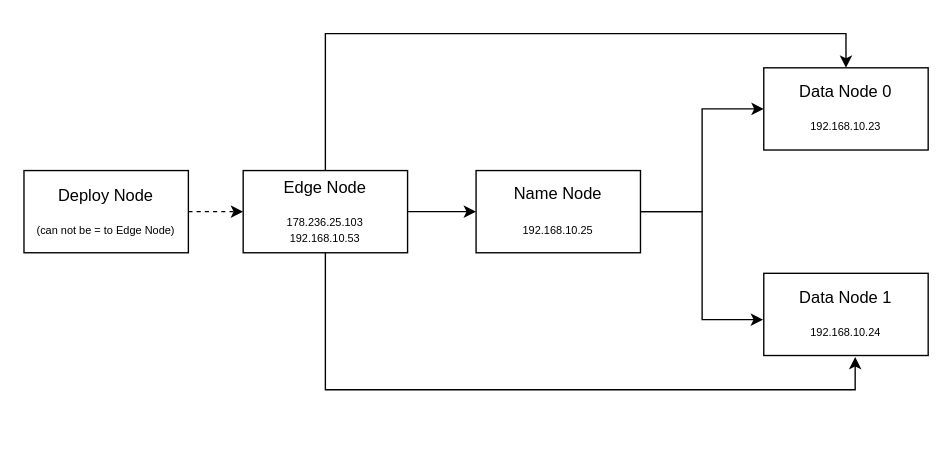
Before: ansible-hadoop/src/big-data-task-1.drawio in 5krotov/BigDataCourse, a draw.io diagram. Source tidied: cells renumbered, new cells numbered last; positions are measured from the earlier drawing's top-left corner, leaving out a move shared by most shapes. Both pictures are drawn from the tidied source at 137%, with x=0, y=0 at pixel (23, 33).
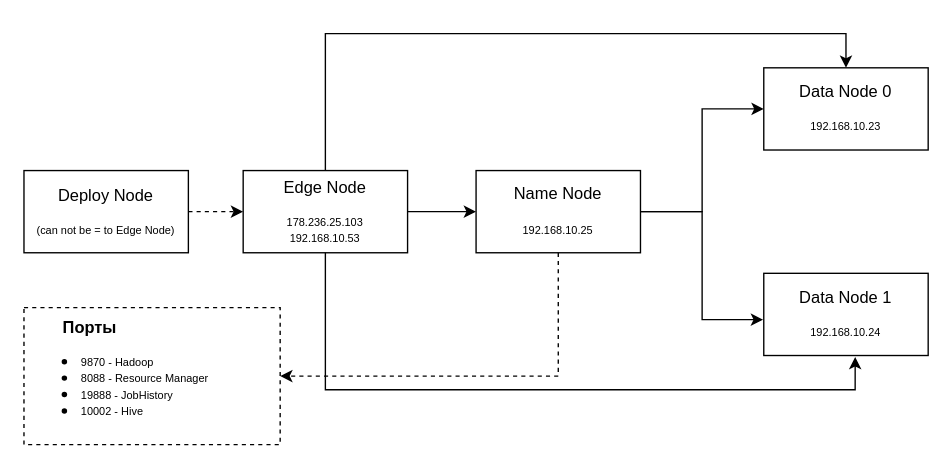
Above is the later version.

Diff of the diagram source:
```diff
@@
 <mxGraphModel>
   <root>
     <mxCell id="0" />
     <mxCell id="1" parent="0" />
     <mxCell id="2" style="edgeStyle=orthogonalEdgeStyle;rounded=0;jettySize=auto;html=1;entryX=0;entryY=0.5;entryDx=0;entryDy=0;" parent="1" edge="1" source="4" target="6">
       <mxGeometry relative="1" as="geometry" />
     </mxCell>
     <mxCell id="3" style="edgeStyle=orthogonalEdgeStyle;rounded=0;jettySize=auto;html=1;entryX=0.5;entryY=0;entryDx=0;entryDy=0;" parent="1" edge="1" source="4" target="7">
       <mxGeometry relative="1" as="geometry">
         <Array as="points">
           <mxPoint x="220" />
           <mxPoint x="600" />
         </Array>
       </mxGeometry>
     </mxCell>
     <mxCell id="4" value="&lt;div style=&quot;line-height: 100%;&quot;&gt;Edge Node&lt;/div&gt;&lt;div style=&quot;line-height: 100%;&quot;&gt;&lt;br&gt;&lt;div&gt;&lt;font style=&quot;font-size: 8px; line-height: 100%;&quot;&gt;178.236.25.103&lt;/font&gt;&lt;/div&gt;&lt;div&gt;&lt;font&gt;&lt;span style=&quot;font-size: 8px; line-height: 100%;&quot;&gt;192.168.10.53&lt;/span&gt;&lt;/font&gt;&lt;/div&gt;&lt;/div&gt;" style="whiteSpace=wrap;html=1;" parent="1" vertex="1">
       <mxGeometry x="160" y="100" width="120" height="60" as="geometry" />
     </mxCell>
     <mxCell id="5" style="edgeStyle=orthogonalEdgeStyle;rounded=0;jettySize=auto;html=1;entryX=0;entryY=0.5;entryDx=0;entryDy=0;" parent="1" edge="1" source="6" target="7">
       <mxGeometry relative="1" as="geometry" />
     </mxCell>
     <mxCell id="6" value="&lt;div style=&quot;line-height: 100%;&quot;&gt;Name Node&lt;/div&gt;&lt;div style=&quot;line-height: 100%;&quot;&gt;&lt;span style=&quot;font-size: 8px; background-color: transparent; color: light-dark(rgb(0, 0, 0), rgb(255, 255, 255));&quot;&gt;&lt;br&gt;&lt;/span&gt;&lt;/div&gt;&lt;div style=&quot;line-height: 100%;&quot;&gt;&lt;span style=&quot;font-size: 8px; background-color: transparent; color: light-dark(rgb(0, 0, 0), rgb(255, 255, 255));&quot;&gt;192.168.10.25&lt;/span&gt;&lt;/div&gt;" style="whiteSpace=wrap;html=1;" parent="1" vertex="1">
       <mxGeometry x="330" y="100" width="120" height="60" as="geometry" />
     </mxCell>
     <mxCell id="7" value="&lt;div style=&quot;line-height: 100%;&quot;&gt;Data Node 0&lt;/div&gt;&lt;div style=&quot;line-height: 100%;&quot;&gt;&lt;br&gt;&lt;/div&gt;&lt;div style=&quot;line-height: 100%;&quot;&gt;&lt;font style=&quot;font-size: 8px;&quot;&gt;192.168.10.23&lt;/font&gt;&lt;/div&gt;" style="whiteSpace=wrap;html=1;" parent="1" vertex="1">
       <mxGeometry x="540" y="25" width="120" height="60" as="geometry" />
     </mxCell>
     <mxCell id="8" value="&lt;div style=&quot;line-height: 100%;&quot;&gt;Data Node 1&lt;/div&gt;&lt;div style=&quot;line-height: 100%;&quot;&gt;&lt;br&gt;&lt;/div&gt;&lt;div style=&quot;line-height: 100%;&quot;&gt;&lt;font style=&quot;font-size: 8px;&quot;&gt;192.168.10.24&lt;/font&gt;&lt;/div&gt;" style="whiteSpace=wrap;html=1;" parent="1" vertex="1">
       <mxGeometry x="540" y="175" width="120" height="60" as="geometry" />
     </mxCell>
     <mxCell id="9" style="edgeStyle=orthogonalEdgeStyle;rounded=0;jettySize=auto;html=1;entryX=-0.004;entryY=0.564;entryDx=0;entryDy=0;entryPerimeter=0;" parent="1" edge="1" source="6" target="8">
       <mxGeometry relative="1" as="geometry" />
     </mxCell>
     <mxCell id="10" style="edgeStyle=orthogonalEdgeStyle;rounded=0;jettySize=auto;html=1;entryX=0.556;entryY=1.017;entryDx=0;entryDy=0;entryPerimeter=0;exitX=0.5;exitY=1;exitDx=0;exitDy=0;" parent="1" edge="1" source="4" target="8">
       <mxGeometry relative="1" as="geometry">
         <Array as="points">
           <mxPoint x="220" y="260" />
           <mxPoint x="607" y="260" />
         </Array>
       </mxGeometry>
     </mxCell>
     <mxCell id="11" style="edgeStyle=orthogonalEdgeStyle;rounded=0;jettySize=auto;html=1;entryX=0;entryY=0.5;entryDx=0;entryDy=0;dashed=1;" parent="1" edge="1" source="12" target="4">
       <mxGeometry relative="1" as="geometry" />
     </mxCell>
     <mxCell id="12" value="&lt;div style=&quot;line-height: 100%;&quot;&gt;Deploy Node&lt;div&gt;&lt;br&gt;&lt;div&gt;&lt;font style=&quot;font-size: 8px; line-height: 100%;&quot;&gt;(can not be = to Edge Node)&lt;/font&gt;&lt;/div&gt;&lt;/div&gt;&lt;/div&gt;" style="whiteSpace=wrap;html=1;" parent="1" vertex="1">
       <mxGeometry y="100" width="120" height="60" as="geometry" />
     </mxCell>
+    <mxCell id="13" value="&lt;div style=&quot;line-height: 100%;&quot;&gt;&lt;div&gt;&lt;b&gt;&lt;span style=&quot;white-space: pre;&quot;&gt;&#9;&lt;/span&gt;Порты&lt;/b&gt;&lt;br&gt;&lt;/div&gt;&lt;ul&gt;&lt;li&gt;&lt;font style=&quot;font-size: 8px; line-height: 100%;&quot;&gt;9870 - Hadoop&lt;/font&gt;&lt;/li&gt;&lt;li&gt;&lt;font style=&quot;font-size: 8px; line-height: 100%;&quot;&gt;8088 - Resource Manager&lt;/font&gt;&lt;/li&gt;&lt;li&gt;&lt;font style=&quot;font-size: 8px; line-height: 100%;&quot;&gt;19888 - JobHistory&lt;/font&gt;&lt;/li&gt;&lt;li&gt;&lt;font style=&quot;font-size: 8px; line-height: 100%;&quot;&gt;10002 - Hive&lt;/font&gt;&lt;/li&gt;&lt;/ul&gt;&lt;/div&gt;" style="whiteSpace=wrap;html=1;dashed=1;align=left;" parent="1" vertex="1">
+      <mxGeometry y="200" width="187" height="100" as="geometry" />
+    </mxCell>
+    <mxCell id="14" style="edgeStyle=orthogonalEdgeStyle;rounded=0;jettySize=auto;html=1;dashed=1;entryX=1;entryY=0.5;entryDx=0;entryDy=0;" parent="1" edge="1" source="6" target="13">
+      <mxGeometry relative="1" as="geometry">
+        <Array as="points">
+          <mxPoint x="390" y="250" />
+        </Array>
+      </mxGeometry>
+    </mxCell>
   </root>
 </mxGraphModel>
```
